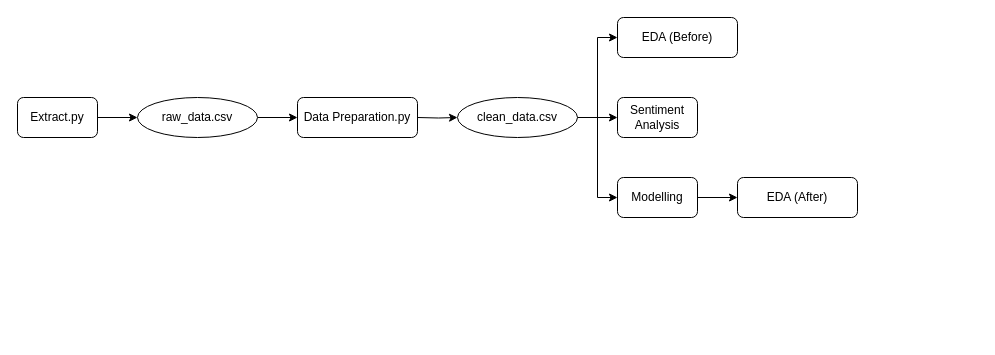
MarkPhamm/British-Airway keeps this draw.io diagram as Untitled Diagram.drawio. Above is the earlier version. Source tidied: cells renumbered, new cells numbered last; positions are measured from the earlier drawing's top-left corner, leaving out a move shared by most shapes. Both pictures are drawn from the tidied source at 100%, with x=0, y=0 at pixel (17, 17).
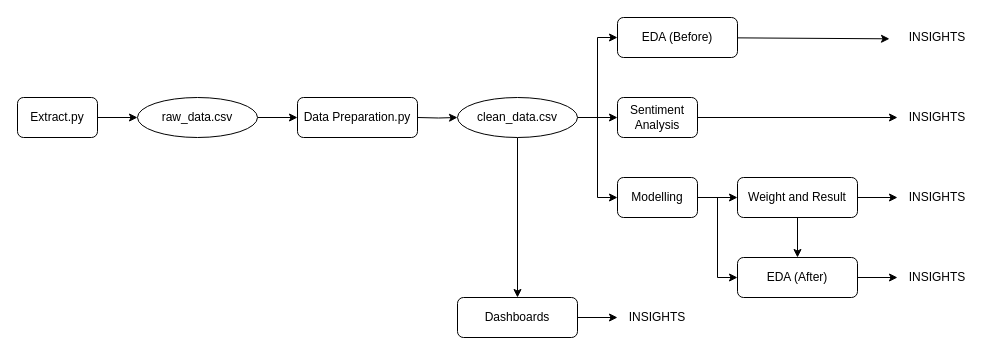
The same diagram, later.

Unchanged cells that the change refers to:
```xml
<mxCell id="11" value="clean_data.csv" style="ellipse;whiteSpace=wrap;html=1;rounded=1;glass=0;strokeWidth=1;shadow=0;" parent="1" vertex="1">
  <mxGeometry x="440" y="80" width="120" height="40" as="geometry" />
</mxCell>
<mxCell id="12" value="EDA (Before)" style="rounded=1;whiteSpace=wrap;html=1;fontSize=12;glass=0;strokeWidth=1;shadow=0;" parent="1" vertex="1">
  <mxGeometry x="600" width="120" height="40" as="geometry" />
</mxCell>
<mxCell id="13" value="Sentiment Analysis" style="rounded=1;whiteSpace=wrap;html=1;fontSize=12;glass=0;strokeWidth=1;shadow=0;" parent="1" vertex="1">
  <mxGeometry x="600" y="80" width="80" height="40" as="geometry" />
</mxCell>
<mxCell id="15" value="Modelling" style="rounded=1;whiteSpace=wrap;html=1;fontSize=12;glass=0;strokeWidth=1;shadow=0;" parent="1" vertex="1">
  <mxGeometry x="600" y="160" width="80" height="40" as="geometry" />
</mxCell>
```

What changed in the source:
```diff
@@
+    <mxCell id="17" style="edgeStyle=orthogonalEdgeStyle;rounded=0;jettySize=auto;html=1;entryX=0.5;entryY=0;entryDx=0;entryDy=0;" parent="1" edge="1" source="11" target="26">
+      <mxGeometry relative="1" as="geometry" />
+    </mxCell>
@@
+    <mxCell id="18" style="rounded=0;jettySize=auto;html=1;entryX=-0.1;entryY=0.533;entryDx=0;entryDy=0;entryPerimeter=0;" parent="1" edge="1" source="12" target="27">
+      <mxGeometry relative="1" as="geometry" />
+    </mxCell>
@@
+    <mxCell id="19" style="edgeStyle=orthogonalEdgeStyle;rounded=0;jettySize=auto;html=1;" parent="1" edge="1" source="13" target="28">
+      <mxGeometry relative="1" as="geometry" />
+    </mxCell>
@@
-    <mxCell id="14" style="edgeStyle=orthogonalEdgeStyle;rounded=0;jettySize=auto;html=1;" parent="1" edge="1" source="15" target="16">
+    <mxCell id="14" style="edgeStyle=orthogonalEdgeStyle;rounded=0;jettySize=auto;html=1;entryX=0;entryY=0.5;entryDx=0;entryDy=0;" parent="1" edge="1" source="15" target="16">
       <mxGeometry relative="1" as="geometry" />
     </mxCell>
+    <mxCell id="20" style="edgeStyle=orthogonalEdgeStyle;rounded=0;jettySize=auto;html=1;exitX=1;exitY=0.5;exitDx=0;exitDy=0;entryX=0;entryY=0.5;entryDx=0;entryDy=0;" parent="1" edge="1" source="15" target="24">
+      <mxGeometry relative="1" as="geometry" />
+    </mxCell>
@@
+    <mxCell id="21" style="edgeStyle=orthogonalEdgeStyle;rounded=0;jettySize=auto;html=1;exitX=1;exitY=0.5;exitDx=0;exitDy=0;" parent="1" edge="1" source="16" target="31">
+      <mxGeometry relative="1" as="geometry" />
+    </mxCell>
     <mxCell id="16" value="EDA (After)" style="rounded=1;whiteSpace=wrap;html=1;fontSize=12;glass=0;strokeWidth=1;shadow=0;" parent="1" vertex="1">
-      <mxGeometry x="720" y="160" width="120" height="40" as="geometry" />
+      <mxGeometry x="720" y="240" width="120" height="40" as="geometry" />
     </mxCell>
+    <mxCell id="22" style="edgeStyle=orthogonalEdgeStyle;rounded=0;jettySize=auto;html=1;exitX=0.5;exitY=1;exitDx=0;exitDy=0;" parent="1" edge="1" source="24" target="16">
+      <mxGeometry relative="1" as="geometry" />
+    </mxCell>
+    <mxCell id="23" style="edgeStyle=orthogonalEdgeStyle;rounded=0;jettySize=auto;html=1;" parent="1" edge="1" source="24" target="29">
+      <mxGeometry relative="1" as="geometry" />
+    </mxCell>
+    <mxCell id="24" value="Weight and Result" style="rounded=1;whiteSpace=wrap;html=1;" parent="1" vertex="1">
+      <mxGeometry x="720" y="160" width="120" height="40" as="geometry" />
+    </mxCell>
+    <mxCell id="25" style="edgeStyle=orthogonalEdgeStyle;rounded=0;jettySize=auto;html=1;entryX=0;entryY=0.5;entryDx=0;entryDy=0;" parent="1" edge="1" source="26" target="30">
+      <mxGeometry relative="1" as="geometry" />
+    </mxCell>
+    <mxCell id="26" value="Dashboards" style="rounded=1;whiteSpace=wrap;html=1;" parent="1" vertex="1">
+      <mxGeometry x="440" y="280" width="120" height="40" as="geometry" />
+    </mxCell>
+    <mxCell id="27" value="INSIGHTS" style="text;html=1;align=center;verticalAlign=middle;whiteSpace=wrap;rounded=0;" parent="1" vertex="1">
+      <mxGeometry x="880" width="80" height="40" as="geometry" />
+    </mxCell>
+    <mxCell id="28" value="INSIGHTS" style="text;html=1;align=center;verticalAlign=middle;whiteSpace=wrap;rounded=0;" parent="1" vertex="1">
+      <mxGeometry x="880" y="80" width="80" height="40" as="geometry" />
+    </mxCell>
+    <mxCell id="29" value="INSIGHTS" style="text;html=1;align=center;verticalAlign=middle;whiteSpace=wrap;rounded=0;" parent="1" vertex="1">
+      <mxGeometry x="880" y="160" width="80" height="40" as="geometry" />
+    </mxCell>
+    <mxCell id="30" value="INSIGHTS" style="text;html=1;align=center;verticalAlign=middle;whiteSpace=wrap;rounded=0;" parent="1" vertex="1">
+      <mxGeometry x="600" y="280" width="80" height="40" as="geometry" />
+    </mxCell>
+    <mxCell id="31" value="INSIGHTS" style="text;html=1;align=center;verticalAlign=middle;whiteSpace=wrap;rounded=0;" parent="1" vertex="1">
+      <mxGeometry x="880" y="240" width="80" height="40" as="geometry" />
+    </mxCell>
```
